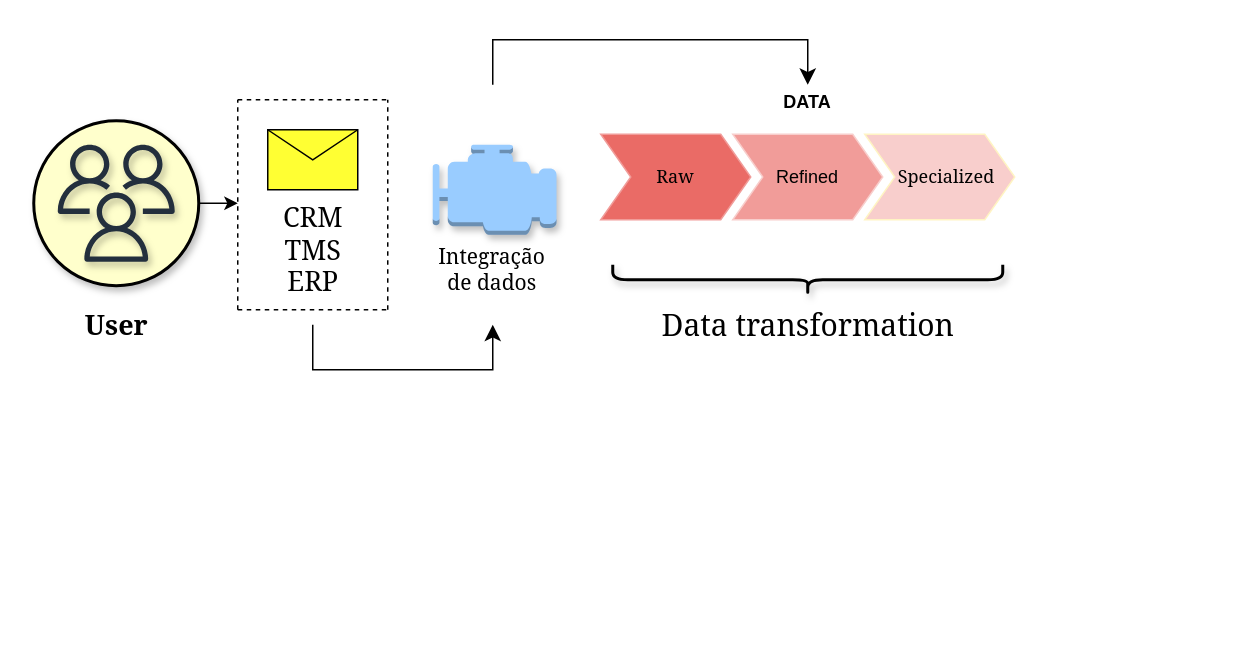
The draw.io diagram Diagrama sem nome.drawio in rcaavalcante/Exerc-cios-PYTHON-MBA, before the edit. Source tidied: cells renumbered, new cells numbered last; positions are measured from the earlier drawing's top-left corner, leaving out a move shared by most shapes. Both pictures are drawn from the tidied source at 150%, with x=0, y=0 at pixel (33, 39).
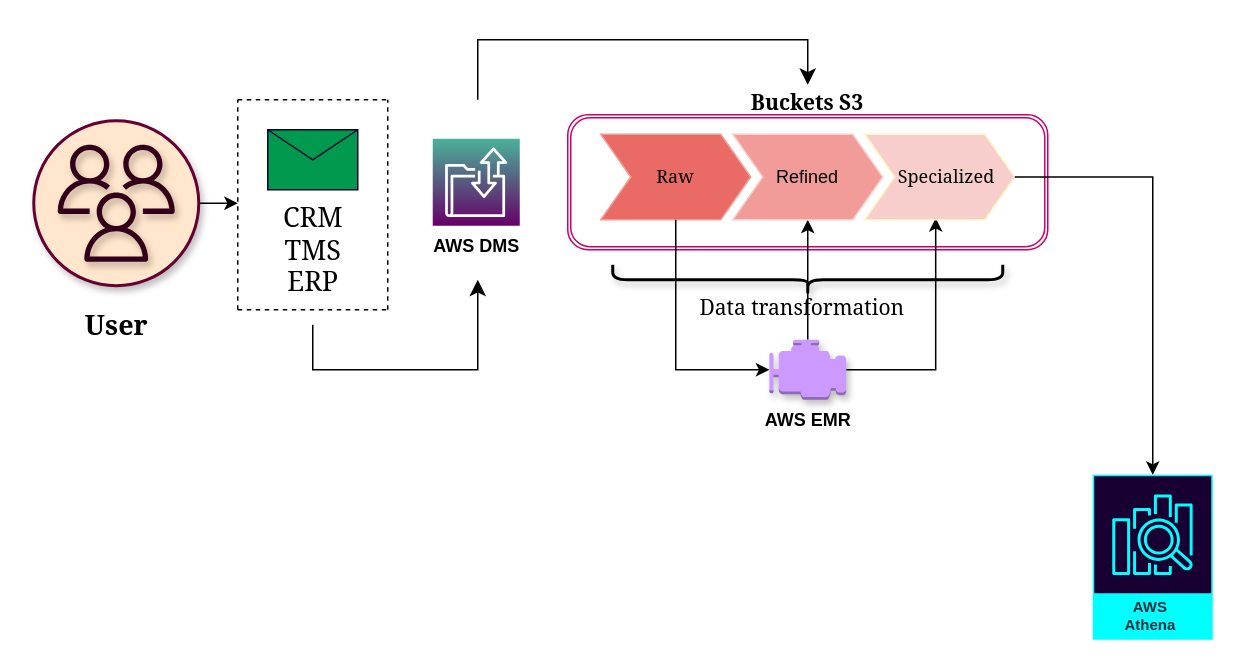
Above is the later version.

The change refers to these unchanged cells:
```xml
<mxCell id="18" value="&lt;font style=&quot;border-color: var(--border-color);&quot; face=&quot;Georgia&quot;&gt;Raw&lt;/font&gt;" style="shape=step;perimeter=stepPerimeter;fixedSize=1;points=[];whiteSpace=wrap;html=1;fillColor=#EA6B66;strokeColor=#F19C99;" parent="17" vertex="1">
  <mxGeometry x="10" y="33" width="100" height="57" as="geometry" />
</mxCell>
<mxCell id="19" value="Refined" style="shape=step;perimeter=stepPerimeter;fixedSize=1;points=[];whiteSpace=wrap;html=1;fillColor=#F19C99;strokeColor=#F8CECC;" parent="17" vertex="1">
  <mxGeometry x="98" y="33" width="100" height="57" as="geometry" />
</mxCell>
<mxCell id="20" value="&lt;font style=&quot;border-color: var(--border-color);&quot; face=&quot;Georgia&quot;&gt;&amp;nbsp; &amp;nbsp;Specialized&lt;/font&gt;" style="shape=step;perimeter=stepPerimeter;fixedSize=1;points=[];whiteSpace=wrap;html=1;fillColor=#F8CECC;strokeColor=#FFF4C3;" parent="17" vertex="1">
  <mxGeometry x="186" y="33" width="100" height="57" as="geometry" />
</mxCell>
```

The edit, as a diff of the source:
```diff
@@
+    <mxCell id="21" style="shape=ext;double=1;rounded=1;whiteSpace=wrap;html=1;strokeColor=#CC0066;fillColor=#FFFFFF;" parent="1" vertex="1">
+      <mxGeometry x="356" y="50" width="320" height="90" as="geometry" />
+    </mxCell>
@@
-    <mxCell id="3" style="ellipse;whiteSpace=wrap;html=1;shadow=1;strokeColor=default;strokeWidth=2;fontFamily=Helvetica;fontSize=12;fontColor=default;fillColor=#FFFFCC;" parent="1" vertex="1">
+    <mxCell id="3" style="ellipse;whiteSpace=wrap;html=1;shadow=1;strokeColor=#660033;strokeWidth=2;fontFamily=Helvetica;fontSize=12;fontColor=default;fillColor=#FFE6CC;" parent="1" vertex="1">
       <mxGeometry y="54" width="110" height="110" as="geometry" />
     </mxCell>
@@
-    <mxCell id="9" style="shape=message;html=1;html=1;labelPosition=center;verticalLabelPosition=bottom;align=center;verticalAlign=top;fillColor=#FFFF33;" parent="1" vertex="1">
+    <mxCell id="9" style="shape=message;html=1;html=1;labelPosition=center;verticalLabelPosition=bottom;align=center;verticalAlign=top;fillColor=#00994D;strokeColor=#000033;" parent="1" vertex="1">
       <mxGeometry x="156" y="60" width="60" height="40" as="geometry" />
     </mxCell>
     <mxCell id="10" style="edgeStyle=segmentEdgeStyle;endArrow=classic;html=1;curved=0;rounded=0;endSize=8;startSize=8;sourcePerimeterSpacing=0;targetPerimeterSpacing=0;" parent="1" edge="1">
       <mxGeometry relative="1" as="geometry">
-        <mxPoint x="306" y="30" as="sourcePoint" />
+        <mxPoint x="296" y="40" as="sourcePoint" />
         <mxPoint x="516" y="30" as="targetPoint" />
         <Array as="points">
-          <mxPoint x="306" />
+          <mxPoint x="296" />
           <mxPoint x="516" />
         </Array>
       </mxGeometry>
     </mxCell>
+    <mxCell id="22" style="edgeStyle=orthogonalEdgeStyle;rounded=0;orthogonalLoop=1;jettySize=auto;html=1;exitX=0;exitY=0.5;exitDx=0;exitDy=0;exitPerimeter=0;entryX=0;entryY=0.5;entryDx=0;entryDy=0;entryPerimeter=0;" parent="1" edge="1" source="11" target="11">
+      <mxGeometry relative="1" as="geometry" />
+    </mxCell>
+    <mxCell id="23" style="edgeStyle=orthogonalEdgeStyle;rounded=0;jettySize=auto;html=1;exitX=0.5;exitY=0;exitDx=0;exitDy=0;exitPerimeter=0;" parent="1" edge="1" source="11" target="19">
+      <mxGeometry relative="1" as="geometry" />
+    </mxCell>
+    <mxCell id="24" style="edgeStyle=orthogonalEdgeStyle;rounded=0;jettySize=auto;html=1;entryX=0.473;entryY=0.98;entryDx=0;entryDy=0;entryPerimeter=0;" parent="1" edge="1" source="11" target="20">
+      <mxGeometry relative="1" as="geometry" />
+    </mxCell>
-    <mxCell id="11" value="&lt;font face=&quot;Georgia&quot; style=&quot;font-size: 14px;&quot;&gt;Integração&amp;nbsp;&lt;br&gt;de dados&lt;/font&gt;&amp;nbsp;" style="outlineConnect=0;dashed=0;verticalLabelPosition=bottom;verticalAlign=top;align=center;html=1;shape=mxgraph.aws3.emr_engine;fillColor=#99CCFF;gradientColor=none;shadow=1;strokeColor=#000033;strokeWidth=2;fontFamily=Helvetica;fontSize=12;fontColor=default;" parent="1" vertex="1">
-      <mxGeometry x="266" y="70" width="82.5" height="60" as="geometry" />
+    <mxCell id="11" value="&lt;b&gt;AWS EMR&lt;/b&gt;" style="outlineConnect=0;dashed=0;verticalLabelPosition=bottom;verticalAlign=top;align=center;html=1;shape=mxgraph.aws3.emr_engine;fillColor=#CC99FF;gradientColor=none;shadow=1;strokeColor=#6600CC;strokeWidth=2;fontFamily=Helvetica;fontSize=12;fontColor=default;" parent="1" vertex="1">
+      <mxGeometry x="490.4" y="200" width="51.2" height="40" as="geometry" />
     </mxCell>
     <mxCell id="12" style="edgeStyle=segmentEdgeStyle;endArrow=classic;html=1;curved=0;rounded=0;endSize=8;startSize=8;sourcePerimeterSpacing=0;targetPerimeterSpacing=0;" parent="1" edge="1">
       <mxGeometry relative="1" as="geometry">
         <mxPoint x="186" y="190" as="sourcePoint" />
-        <mxPoint x="306" y="190" as="targetPoint" />
+        <mxPoint x="296" y="160" as="targetPoint" />
         <Array as="points">
           <mxPoint x="256" y="220" />
           <mxPoint x="256" y="220" />
         </Array>
       </mxGeometry>
     </mxCell>
-    <mxCell id="13" style="sketch=0;fontColor=#232F3E;gradientColor=none;fillColor=#232F3D;strokeColor=none;dashed=0;verticalLabelPosition=bottom;verticalAlign=top;align=center;html=1;fontSize=12;fontStyle=0;shape=mxgraph.aws4.users;shadow=1;strokeWidth=2;fontFamily=Helvetica;" parent="1" vertex="1">
+    <mxCell id="13" style="sketch=0;fontColor=#232F3E;gradientColor=none;fillColor=#33001A;strokeColor=#660033;dashed=0;verticalLabelPosition=bottom;verticalAlign=top;align=center;html=1;fontSize=12;fontStyle=0;shape=mxgraph.aws4.users;shadow=1;strokeWidth=2;fontFamily=Helvetica;" parent="1" vertex="1">
       <mxGeometry x="16" y="70" width="78" height="78" as="geometry" />
     </mxCell>
@@
-    <mxCell id="15" value="&lt;font face=&quot;Georgia&quot; style=&quot;font-size: 20px;&quot;&gt;Data transformation&lt;/font&gt;" style="text;html=1;align=center;verticalAlign=middle;strokeColor=none;fillColor=none;fontSize=12;fontFamily=Helvetica;fontColor=default;" parent="1" vertex="1">
-      <mxGeometry x="416" y="170" width="200" height="40" as="geometry" />
+    <mxCell id="15" value="&lt;font face=&quot;Georgia&quot; style=&quot;font-size: 14px;&quot;&gt;Data transformation&lt;/font&gt;" style="text;html=1;align=center;verticalAlign=middle;strokeColor=none;fillColor=none;fontSize=12;fontFamily=Helvetica;fontColor=default;" parent="1" vertex="1">
+      <mxGeometry x="437" y="164" width="150" height="30" as="geometry" />
     </mxCell>
@@
-    <mxCell id="17" value="DATA" style="swimlane;horizontal=1;fillColor=none;strokeColor=none;stackBorder=10;align=center;whiteSpace=wrap;html=1;" parent="1" vertex="1">
+    <mxCell id="17" value="&lt;font style=&quot;font-size: 14px;&quot; face=&quot;Georgia&quot;&gt;Buckets S3&lt;/font&gt;" style="swimlane;horizontal=1;fillColor=none;strokeColor=none;stackBorder=10;align=center;whiteSpace=wrap;html=1;" parent="1" vertex="1">
       <mxGeometry x="368" y="30" width="296" height="100" as="geometry" />
     </mxCell>
@@
+    <mxCell id="25" value="&lt;b style=&quot;border-color: var(--border-color); color: rgb(0, 0, 0);&quot;&gt;&amp;nbsp;AWS DMS&amp;nbsp;&lt;/b&gt;" style="sketch=0;fontColor=#232F3E;gradientColor=#4AB29A;gradientDirection=north;fillColor=#660066;strokeColor=#ffffff;dashed=0;verticalLabelPosition=bottom;verticalAlign=top;align=center;html=1;fontSize=12;fontStyle=0;shape=mxgraph.aws4.resourceIcon;resIcon=mxgraph.aws4.transfer_family;" parent="1" vertex="1">
+      <mxGeometry x="266" y="66" width="58" height="58" as="geometry" />
+    </mxCell>
+    <mxCell id="26" style="edgeStyle=orthogonalEdgeStyle;rounded=0;jettySize=auto;html=1;entryX=0;entryY=0.5;entryDx=0;entryDy=0;entryPerimeter=0;" parent="1" edge="1" source="18" target="11">
+      <mxGeometry relative="1" as="geometry">
+        <Array as="points">
+          <mxPoint x="428" y="220" />
+        </Array>
+      </mxGeometry>
+    </mxCell>
+    <mxCell id="27" value="AWS&amp;nbsp;&lt;br&gt;Athena&amp;nbsp;" style="sketch=0;outlineConnect=0;fontColor=#232F3E;gradientColor=none;strokeColor=#00FFFF;fillColor=#190033;dashed=0;verticalLabelPosition=middle;verticalAlign=bottom;align=center;html=1;whiteSpace=wrap;fontSize=10;fontStyle=1;spacing=3;shape=mxgraph.aws4.productIcon;prIcon=mxgraph.aws4.elasticsearch_service;" parent="1" vertex="1">
+      <mxGeometry x="706" y="290" width="80" height="110" as="geometry" />
+    </mxCell>
+    <mxCell id="28" style="edgeStyle=orthogonalEdgeStyle;rounded=0;jettySize=auto;html=1;" parent="1" edge="1" source="20" target="27">
+      <mxGeometry relative="1" as="geometry" />
+    </mxCell>
```
